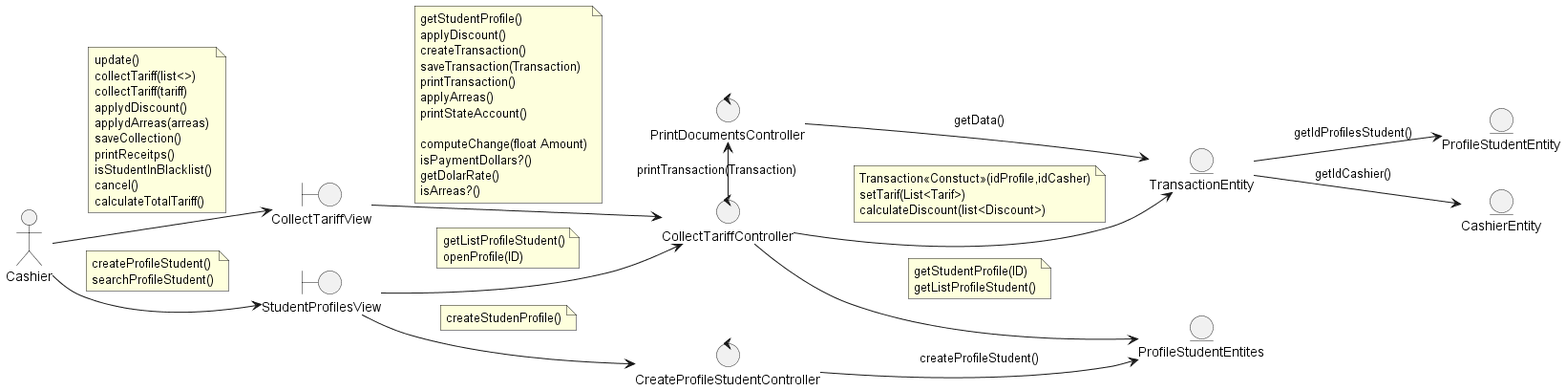
wsmcbl/wsmcbl.doc keeps this PlantUML diagram as out/DesignView/AnalysisView/UseCaseAnalysis/CU03.CollectTariffs/Collaboration.CU03.Analysis.png. Above is the earlier version.
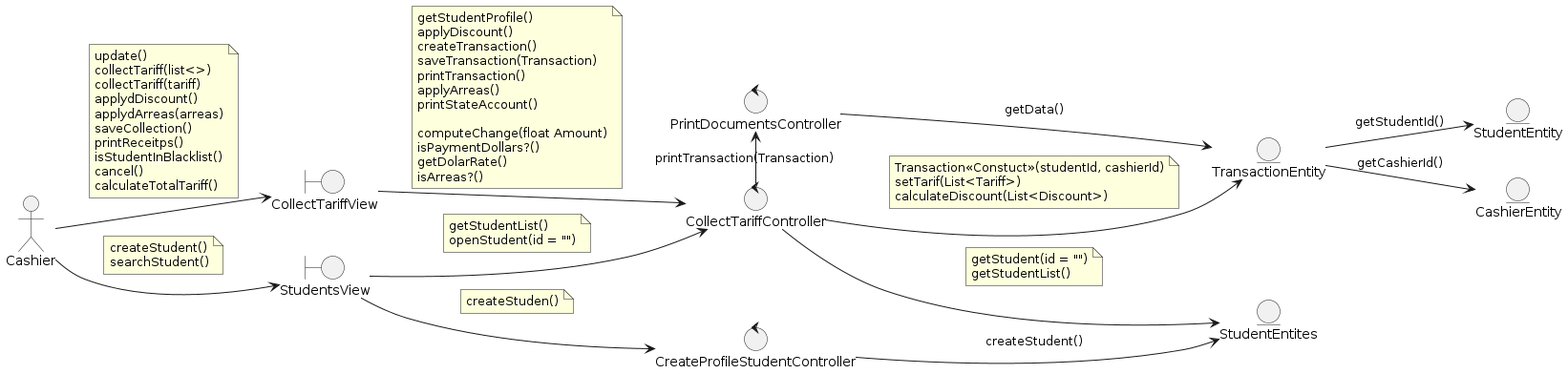
The same file after the commit.

Diff of the diagram source:
```diff
@@ -4,14 +4,14 @@
 actor Cashier
 
 boundary CollectTariffView
-boundary StudentProfilesView
+boundary StudentsView
 
 control CollectTariffController
 control CreateProfileStudentController
 control PrintDocumentsController
 
-entity ProfileStudentEntity
-entity ProfileStudentEntites
+entity StudentEntity
+entity StudentEntites
 entity TransactionEntity
 entity CashierEntity
 
@@ -31,10 +31,10 @@
     cancel()
     calculateTotalTariff()
 end note
-Cashier --> StudentProfilesView
+Cashier --> StudentsView
 note on link
-    createProfileStudent()
-    searchProfileStudent()
+    createStudent()
+    searchStudent()
 end note
 
 CollectTariffView --> CollectTariffController
@@ -52,35 +52,35 @@
     getDolarRate()
     isArreas?()
 end note
-StudentProfilesView --> CollectTariffController
+StudentsView --> CollectTariffController
 note on link
-    getListProfileStudent()
-    openProfile(ID)
+    getStudentList()
+    openStudent(id = "")
 end note
-StudentProfilesView --> CreateProfileStudentController
+StudentsView --> CreateProfileStudentController
 note on link
-    createStudenProfile()
+    createStuden()
 end note
 
 
-CollectTariffController --> ProfileStudentEntites
+CollectTariffController --> StudentEntites
 note on link
-    getStudentProfile(ID)
-    getListProfileStudent()
+    getStudent(id = "")
+    getStudentList()
 end note
 
 CollectTariffController --> TransactionEntity
 note on link
-    Transaction<<Constuct>>(idProfile,idCasher)
-    setTarif(List<Tarif>)
-    calculateDiscount(list<Discount>)
+    Transaction<<Constuct>>(studentId, cashierId)
+    setTarif(List<Tariff>)
+    calculateDiscount(List<Discount>)
 end note
 
 CollectTariffController -left-> PrintDocumentsController : printTransaction(Transaction)
-CreateProfileStudentController --> ProfileStudentEntites : createProfileStudent()
+CreateProfileStudentController --> StudentEntites : createStudent()
 PrintDocumentsController --> TransactionEntity : getData()
 
 
-TransactionEntity --> ProfileStudentEntity : getIdProfilesStudent()
-TransactionEntity --> CashierEntity : getIdCashier()
+TransactionEntity --> StudentEntity : getStudentId()
+TransactionEntity --> CashierEntity : getCashierId()
 @enduml
```
